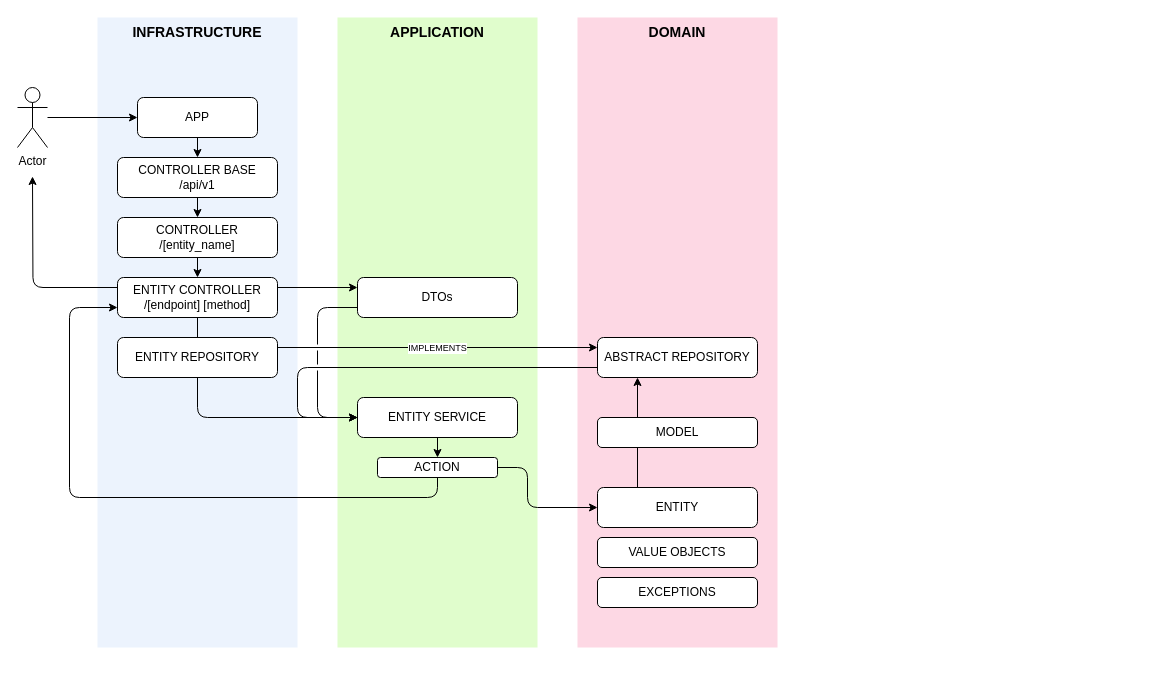
Earlier version of the draw.io diagram FlowDiagrams.drawio (falces/pythonDDDHex). Source tidied: cells renumbered, new cells numbered last; positions are measured from the earlier drawing's top-left corner, leaving out a move shared by most shapes. Both pictures are drawn from the tidied source at 100%, with x=0, y=0 at pixel (17, 17).
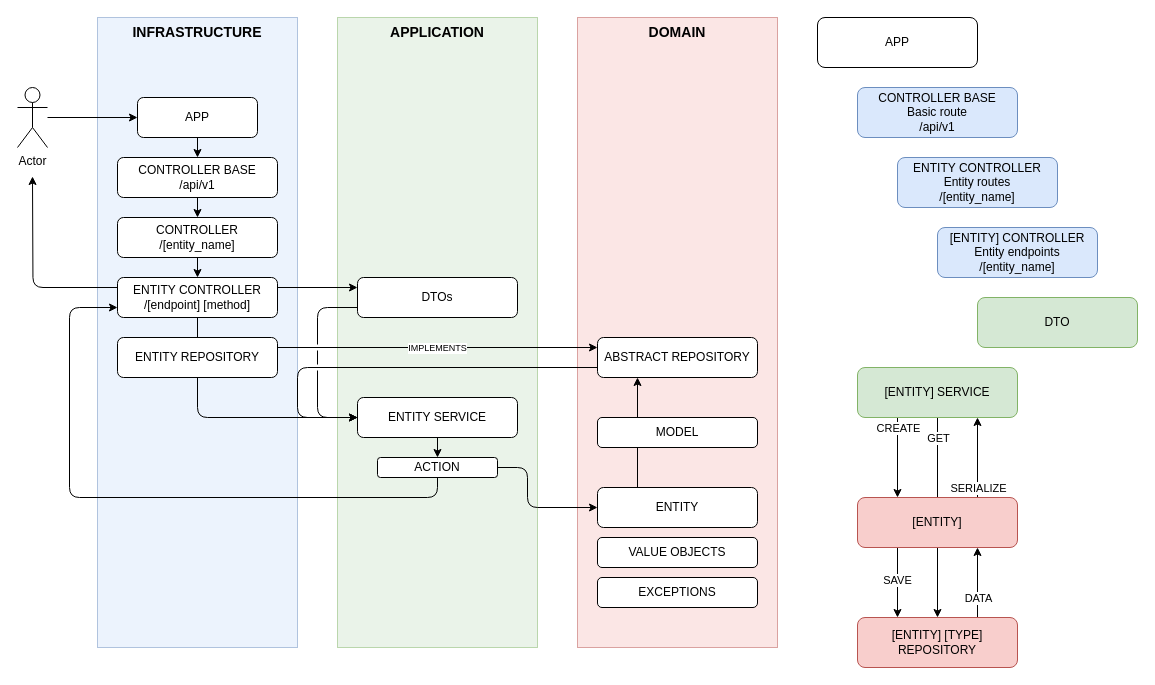
The same diagram, later.

The edit, as a diff of the source:
```diff
@@
-    <mxCell id="2" value="DOMAIN" style="rounded=0;whiteSpace=wrap;html=1;fontFamily=Helvetica;fontSize=14;labelBackgroundColor=none;strokeColor=none;fillColor=#FCB1CA;opacity=50;verticalAlign=top;fontStyle=1;" parent="1" vertex="1">
+    <mxCell id="2" value="DOMAIN" style="rounded=0;whiteSpace=wrap;html=1;fontFamily=Helvetica;fontSize=14;labelBackgroundColor=none;strokeColor=#b85450;fillColor=#f8cecc;opacity=50;verticalAlign=top;fontStyle=1;" parent="1" vertex="1">
       <mxGeometry x="560" width="200" height="630" as="geometry" />
     </mxCell>
-    <mxCell id="3" value="APPLICATION" style="rounded=0;whiteSpace=wrap;html=1;fontFamily=Helvetica;fontSize=14;labelBackgroundColor=none;strokeColor=none;fillColor=#C1FC9A;opacity=50;verticalAlign=top;fontStyle=1;" parent="1" vertex="1">
+    <mxCell id="3" value="APPLICATION" style="rounded=0;whiteSpace=wrap;html=1;fontFamily=Helvetica;fontSize=14;labelBackgroundColor=none;strokeColor=#82b366;fillColor=#d5e8d4;opacity=50;verticalAlign=top;fontStyle=1;" parent="1" vertex="1">
       <mxGeometry x="320" width="200" height="630" as="geometry" />
     </mxCell>
-    <mxCell id="4" value="INFRASTRUCTURE" style="rounded=0;whiteSpace=wrap;html=1;fontFamily=Helvetica;fontSize=14;labelBackgroundColor=none;strokeColor=none;fillColor=#dae8fc;opacity=50;verticalAlign=top;fontStyle=1;" parent="1" vertex="1">
+    <mxCell id="4" value="INFRASTRUCTURE" style="rounded=0;whiteSpace=wrap;html=1;fontFamily=Helvetica;fontSize=14;labelBackgroundColor=none;strokeColor=#6c8ebf;fillColor=#dae8fc;opacity=50;verticalAlign=top;fontStyle=1;" parent="1" vertex="1">
       <mxGeometry x="80" width="200" height="630" as="geometry" />
     </mxCell>
@@
+    <mxCell id="34" value="APP" style="rounded=1;whiteSpace=wrap;html=1;" parent="1" vertex="1">
+      <mxGeometry x="800" width="160" height="50" as="geometry" />
+    </mxCell>
+    <mxCell id="35" value="CONTROLLER BASE&lt;div&gt;Basic route&lt;/div&gt;&lt;div&gt;/api/v1&lt;/div&gt;" style="rounded=1;whiteSpace=wrap;html=1;fillColor=#dae8fc;strokeColor=#6c8ebf;" parent="1" vertex="1">
+      <mxGeometry x="840" y="70" width="160" height="50" as="geometry" />
+    </mxCell>
+    <mxCell id="36" value="ENTITY CONTROLLER&lt;div&gt;Entity routes&lt;/div&gt;&lt;div&gt;/[entity_name]&lt;/div&gt;" style="rounded=1;whiteSpace=wrap;html=1;fillColor=#dae8fc;strokeColor=#6c8ebf;" parent="1" vertex="1">
+      <mxGeometry x="880" y="140" width="160" height="50" as="geometry" />
+    </mxCell>
+    <mxCell id="37" value="[ENTITY] CONTROLLER&lt;div&gt;Entity endpoints&lt;/div&gt;&lt;div&gt;/[entity_name]&lt;/div&gt;" style="rounded=1;whiteSpace=wrap;html=1;fillColor=#dae8fc;strokeColor=#6c8ebf;" parent="1" vertex="1">
+      <mxGeometry x="920" y="210" width="160" height="50" as="geometry" />
+    </mxCell>
+    <mxCell id="38" value="DTO" style="rounded=1;whiteSpace=wrap;html=1;fillColor=#d5e8d4;strokeColor=#82b366;" parent="1" vertex="1">
+      <mxGeometry x="960" y="280" width="160" height="50" as="geometry" />
+    </mxCell>
+    <mxCell id="39" style="edgeStyle=orthogonalEdgeStyle;rounded=0;jettySize=auto;html=1;exitX=0.25;exitY=1;exitDx=0;exitDy=0;entryX=0.25;entryY=0;entryDx=0;entryDy=0;" parent="1" edge="1" source="43" target="51">
+      <mxGeometry relative="1" as="geometry" />
+    </mxCell>
+    <mxCell id="40" value="CREATE" style="edgeLabel;html=1;align=center;verticalAlign=middle;" parent="39" vertex="1">
+      <mxGeometry x="-0.03" y="-2" relative="1" as="geometry">
+        <mxPoint x="2" y="-29" as="offset" />
+      </mxGeometry>
+    </mxCell>
+    <mxCell id="41" style="edgeStyle=orthogonalEdgeStyle;rounded=0;jettySize=auto;html=1;" parent="1" edge="1" source="43" target="46">
+      <mxGeometry relative="1" as="geometry" />
+    </mxCell>
+    <mxCell id="42" value="GET" style="edgeLabel;html=1;align=center;verticalAlign=middle;" parent="41" vertex="1">
+      <mxGeometry x="-0.65" y="-1" relative="1" as="geometry">
+        <mxPoint x="1" y="-15" as="offset" />
+      </mxGeometry>
+    </mxCell>
+    <mxCell id="43" value="[ENTITY] SERVICE" style="rounded=1;whiteSpace=wrap;html=1;fillColor=#d5e8d4;strokeColor=#82b366;" parent="1" vertex="1">
+      <mxGeometry x="840" y="350" width="160" height="50" as="geometry" />
+    </mxCell>
+    <mxCell id="44" style="edgeStyle=orthogonalEdgeStyle;rounded=0;jettySize=auto;html=1;exitX=0.75;exitY=0;exitDx=0;exitDy=0;entryX=0.75;entryY=1;entryDx=0;entryDy=0;" parent="1" edge="1" source="46" target="51">
+      <mxGeometry relative="1" as="geometry" />
+    </mxCell>
+    <mxCell id="45" value="DATA" style="edgeLabel;html=1;align=center;verticalAlign=middle;" parent="44" vertex="1">
+      <mxGeometry x="-0.26" relative="1" as="geometry">
+        <mxPoint y="6" as="offset" />
+      </mxGeometry>
+    </mxCell>
+    <mxCell id="46" value="[ENTITY] [TYPE] REPOSITORY" style="rounded=1;whiteSpace=wrap;html=1;fillColor=#f8cecc;strokeColor=#b85450;" parent="1" vertex="1">
+      <mxGeometry x="840" y="600" width="160" height="50" as="geometry" />
+    </mxCell>
+    <mxCell id="47" style="edgeStyle=orthogonalEdgeStyle;rounded=0;jettySize=auto;html=1;exitX=0.25;exitY=1;exitDx=0;exitDy=0;entryX=0.25;entryY=0;entryDx=0;entryDy=0;" parent="1" edge="1" source="51" target="46">
+      <mxGeometry relative="1" as="geometry" />
+    </mxCell>
+    <mxCell id="48" value="SAVE" style="edgeLabel;html=1;align=center;verticalAlign=middle;" parent="47" vertex="1">
+      <mxGeometry x="-0.1" y="-1" relative="1" as="geometry" />
+    </mxCell>
+    <mxCell id="49" style="edgeStyle=orthogonalEdgeStyle;rounded=0;jettySize=auto;html=1;exitX=0.75;exitY=0;exitDx=0;exitDy=0;entryX=0.75;entryY=1;entryDx=0;entryDy=0;" parent="1" edge="1" source="51" target="43">
+      <mxGeometry relative="1" as="geometry" />
+    </mxCell>
+    <mxCell id="50" value="SERIALIZE" style="edgeLabel;html=1;align=center;verticalAlign=middle;" parent="49" vertex="1">
+      <mxGeometry x="-0.25" y="-1" relative="1" as="geometry">
+        <mxPoint x="-1" y="20" as="offset" />
+      </mxGeometry>
+    </mxCell>
+    <mxCell id="51" value="[ENTITY]" style="rounded=1;whiteSpace=wrap;html=1;fillColor=#f8cecc;strokeColor=#b85450;" parent="1" vertex="1">
+      <mxGeometry x="840" y="480" width="160" height="50" as="geometry" />
+    </mxCell>
```
